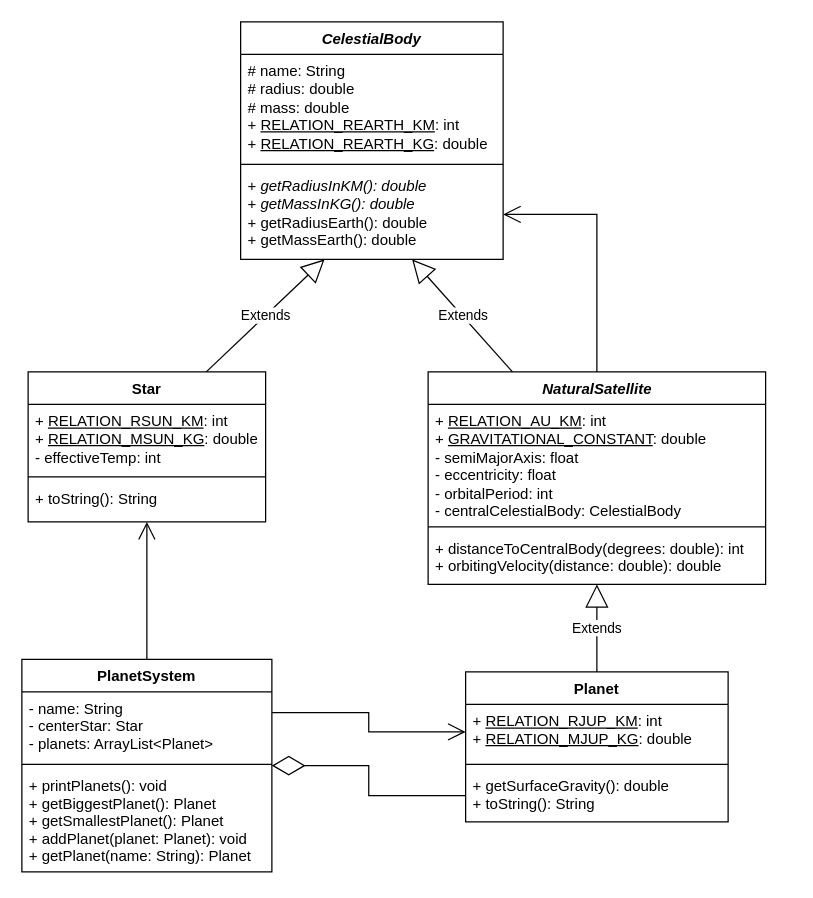
Above: Oblig3_UML_v1.drawio in WaalerThomas/School_Prog2 (draw.io), before the change. Source tidied: cells renumbered, new cells numbered last; positions are measured from the earlier drawing's top-left corner, leaving out a move shared by most shapes. Both pictures are drawn from the tidied source at 125%, with x=0, y=0 at pixel (21, 21).
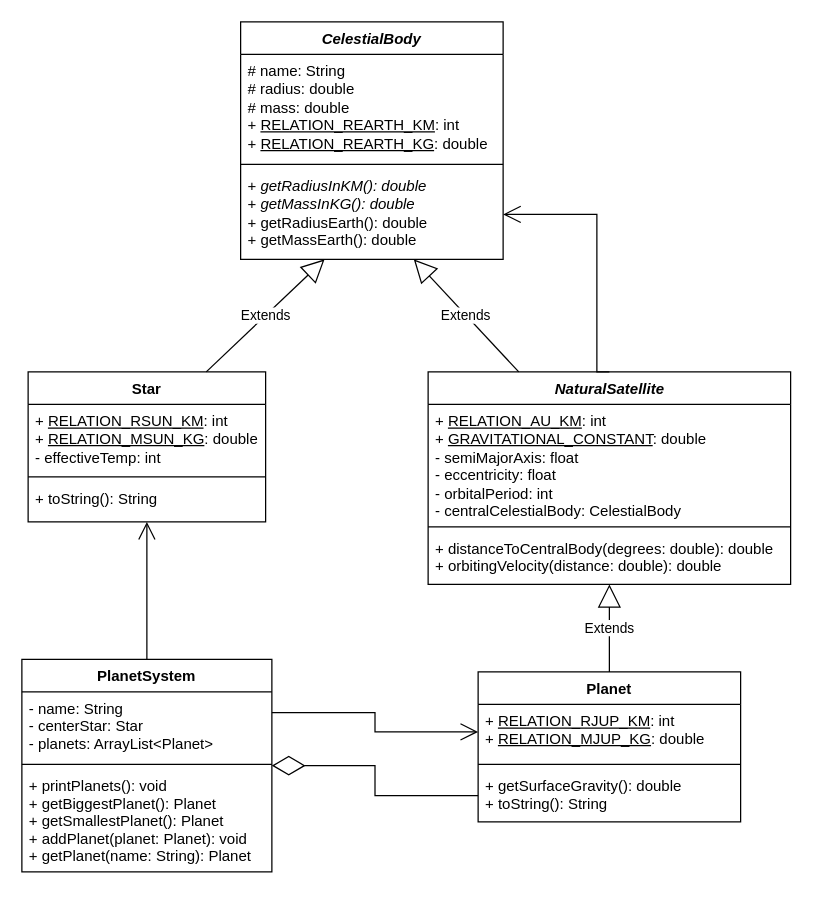
The same diagram, later.

Change to the diagram source:
```diff
@@
     <mxCell id="6" value="Planet" style="swimlane;fontStyle=1;align=center;verticalAlign=top;horizontal=1;startSize=26;" parent="1" vertex="1">
-      <mxGeometry x="355" y="520" width="210" height="120" as="geometry" />
+      <mxGeometry x="365" y="520" width="210" height="120" as="geometry" />
     </mxCell>
@@
     <mxCell id="18" value="&lt;i&gt;NaturalSatellite&lt;/i&gt;" style="swimlane;fontStyle=1;align=center;verticalAlign=top;horizontal=1;startSize=26;labelBorderColor=none;html=1;" parent="1" vertex="1">
-      <mxGeometry x="325" y="280" width="270" height="170" as="geometry" />
+      <mxGeometry x="325" y="280" width="290" height="170" as="geometry" />
     </mxCell>
     <mxCell id="19" value="&lt;div&gt;+ &lt;u&gt;RELATION_AU_KM&lt;/u&gt;: int&lt;/div&gt;&lt;div&gt;+ &lt;u&gt;GRAVITATIONAL_CONSTANT&lt;/u&gt;: double&lt;br&gt;&lt;/div&gt;&lt;div&gt;- semiMajorAxis: float&lt;/div&gt;&lt;div&gt;- eccentricity: float&lt;/div&gt;&lt;div&gt;- orbitalPeriod: int&lt;/div&gt;&lt;div&gt;- centralCelestialBody: CelestialBody&lt;br&gt;&lt;/div&gt;" style="text;strokeColor=none;fillColor=none;align=left;verticalAlign=top;spacingLeft=4;spacingRight=4;overflow=hidden;labelBorderColor=none;html=1;" parent="18" vertex="1">
-      <mxGeometry y="26" width="270" height="94" as="geometry" />
+      <mxGeometry y="26" width="290" height="94" as="geometry" />
     </mxCell>
     <mxCell id="20" style="line;strokeWidth=1;fillColor=none;align=left;verticalAlign=middle;spacingTop=-1;spacingLeft=3;spacingRight=3;labelPosition=right;labelBorderColor=none;html=1;" parent="18" vertex="1">
-      <mxGeometry y="120" width="270" height="8" as="geometry" />
+      <mxGeometry y="120" width="290" height="8" as="geometry" />
     </mxCell>
-    <mxCell id="21" value="&lt;div&gt;+ distanceToCentralBody(degrees: double): int&lt;/div&gt;&lt;div&gt;+ orbitingVelocity(distance: double): double&lt;br&gt;&lt;/div&gt;" style="text;strokeColor=none;fillColor=none;align=left;verticalAlign=top;spacingLeft=4;spacingRight=4;overflow=hidden;points=[[0,0.5],[1,0.5]];portConstraint=eastwest;labelBorderColor=none;html=1;" parent="18" vertex="1">
-      <mxGeometry y="128" width="270" height="42" as="geometry" />
+    <mxCell id="21" value="&lt;div&gt;+ distanceToCentralBody(degrees: double): double&lt;/div&gt;&lt;div&gt;+ orbitingVelocity(distance: double): double&lt;br&gt;&lt;/div&gt;" style="text;strokeColor=none;fillColor=none;align=left;verticalAlign=top;spacingLeft=4;spacingRight=4;overflow=hidden;points=[[0,0.5],[1,0.5]];portConstraint=eastwest;labelBorderColor=none;html=1;" parent="18" vertex="1">
+      <mxGeometry y="128" width="290" height="42" as="geometry" />
     </mxCell>
```
